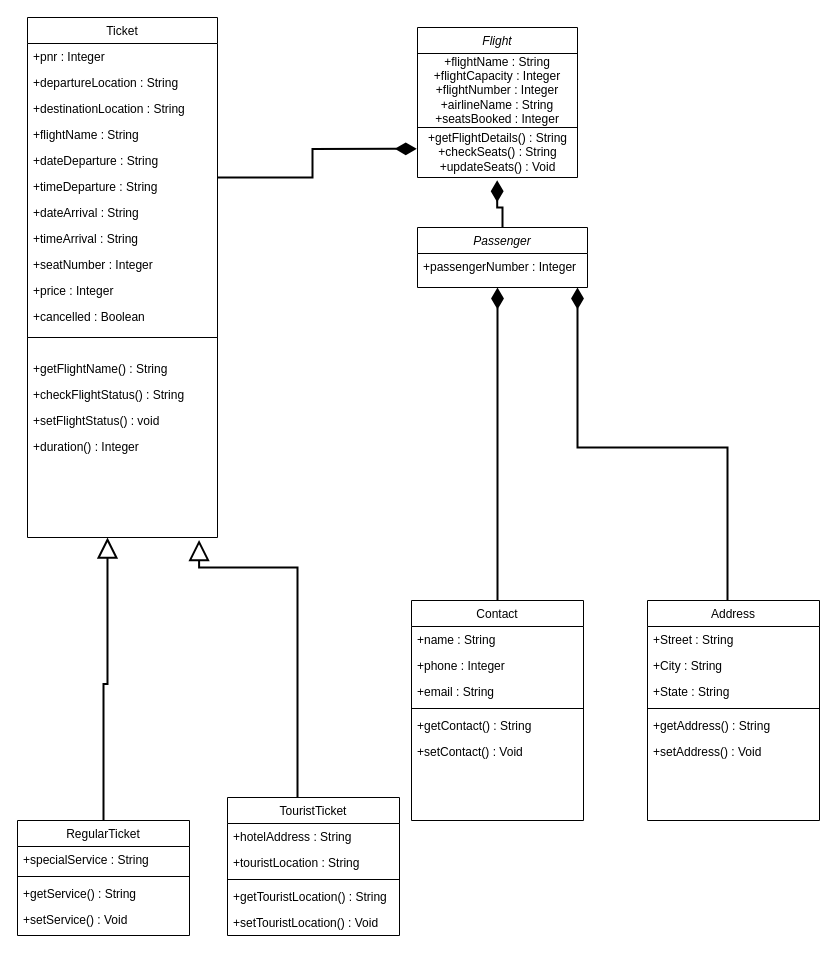
SHIVSB/Flight-Reservation-System-Java keeps this draw.io diagram as diagram.drawio. Above is the earlier version. Source tidied: cells renumbered, new cells numbered last; positions are measured from the earlier drawing's top-left corner, leaving out a move shared by most shapes. Both pictures are drawn from the tidied source at 100%, with x=0, y=0 at pixel (17, 17).
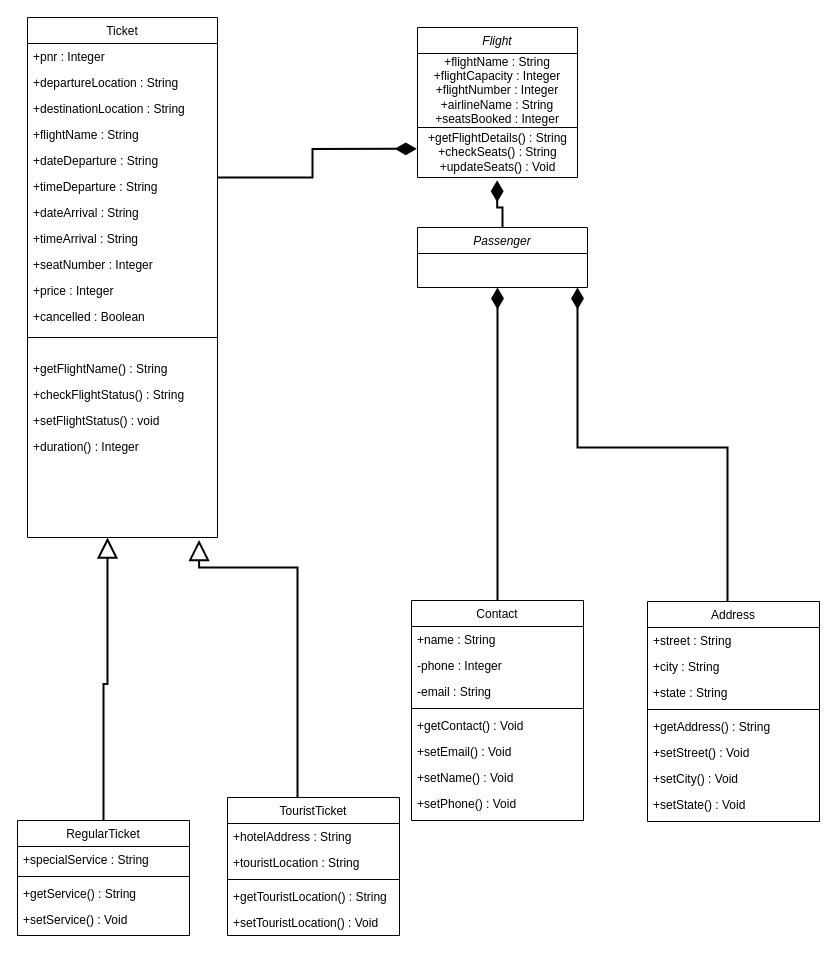
The same diagram, later.

The change refers to these unchanged cells:
```xml
<mxCell id="14" value="Contact" style="swimlane;fontStyle=0;align=center;verticalAlign=top;horizontal=1;startSize=26;rounded=0;shadow=0;strokeWidth=1;" parent="1" vertex="1">
  <mxGeometry x="394" y="583" width="172" height="220" as="geometry" />
</mxCell>
<mxCell id="22" value="Passenger" style="swimlane;fontStyle=2;align=center;verticalAlign=top;horizontal=1;startSize=26;rounded=0;shadow=0;strokeWidth=1;" parent="1" vertex="1">
  <mxGeometry x="400" y="210" width="170" height="60" as="geometry" />
</mxCell>
```

The edit, as a diff of the source:
```diff
@@
     <mxCell id="6" value="Address" style="swimlane;fontStyle=0;align=center;verticalAlign=top;horizontal=1;startSize=26;rounded=0;shadow=0;strokeWidth=1;" parent="1" vertex="1">
-      <mxGeometry x="630" y="583" width="172" height="220" as="geometry" />
+      <mxGeometry x="630" y="584" width="172" height="220" as="geometry" />
     </mxCell>
-    <mxCell id="7" value="+Street : String" style="text;align=left;verticalAlign=top;spacingLeft=4;spacingRight=4;overflow=hidden;" parent="6" vertex="1">
+    <mxCell id="7" value="+street : String" style="text;align=left;verticalAlign=top;spacingLeft=4;spacingRight=4;overflow=hidden;" parent="6" vertex="1">
       <mxGeometry y="26" width="172" height="26" as="geometry" />
     </mxCell>
-    <mxCell id="8" value="+City : String" style="text;align=left;verticalAlign=top;spacingLeft=4;spacingRight=4;overflow=hidden;rounded=0;shadow=0;html=0;" parent="6" vertex="1">
+    <mxCell id="8" value="+city : String" style="text;align=left;verticalAlign=top;spacingLeft=4;spacingRight=4;overflow=hidden;rounded=0;shadow=0;html=0;" parent="6" vertex="1">
       <mxGeometry y="52" width="172" height="26" as="geometry" />
     </mxCell>
-    <mxCell id="9" value="+State : String" style="text;align=left;verticalAlign=top;spacingLeft=4;spacingRight=4;overflow=hidden;rounded=0;shadow=0;html=0;" parent="6" vertex="1">
+    <mxCell id="9" value="+state : String" style="text;align=left;verticalAlign=top;spacingLeft=4;spacingRight=4;overflow=hidden;rounded=0;shadow=0;html=0;" parent="6" vertex="1">
       <mxGeometry y="78" width="172" height="26" as="geometry" />
     </mxCell>
@@
-    <mxCell id="12" value="+setAddress() : Void" style="text;align=left;verticalAlign=top;spacingLeft=4;spacingRight=4;overflow=hidden;" parent="6" vertex="1">
+    <mxCell id="12" value="+setStreet() : Void" style="text;align=left;verticalAlign=top;spacingLeft=4;spacingRight=4;overflow=hidden;" parent="6" vertex="1">
       <mxGeometry y="138" width="172" height="26" as="geometry" />
     </mxCell>
+    <mxCell id="55" value="+setCity() : Void" style="text;align=left;verticalAlign=top;spacingLeft=4;spacingRight=4;overflow=hidden;" parent="6" vertex="1">
+      <mxGeometry y="164" width="172" height="26" as="geometry" />
+    </mxCell>
+    <mxCell id="56" value="+setState() : Void" style="text;align=left;verticalAlign=top;spacingLeft=4;spacingRight=4;overflow=hidden;" parent="6" vertex="1">
+      <mxGeometry y="190" width="172" height="26" as="geometry" />
+    </mxCell>
@@
-    <mxCell id="16" value="+phone : Integer" style="text;align=left;verticalAlign=top;spacingLeft=4;spacingRight=4;overflow=hidden;rounded=0;shadow=0;html=0;" parent="14" vertex="1">
+    <mxCell id="16" value="-phone : Integer" style="text;align=left;verticalAlign=top;spacingLeft=4;spacingRight=4;overflow=hidden;rounded=0;shadow=0;html=0;" parent="14" vertex="1">
       <mxGeometry y="52" width="172" height="26" as="geometry" />
     </mxCell>
-    <mxCell id="17" value="+email : String" style="text;align=left;verticalAlign=top;spacingLeft=4;spacingRight=4;overflow=hidden;rounded=0;shadow=0;html=0;" parent="14" vertex="1">
+    <mxCell id="17" value="-email : String" style="text;align=left;verticalAlign=top;spacingLeft=4;spacingRight=4;overflow=hidden;rounded=0;shadow=0;html=0;" parent="14" vertex="1">
       <mxGeometry y="78" width="172" height="26" as="geometry" />
     </mxCell>
@@
-    <mxCell id="19" value="+getContact() : String" style="text;align=left;verticalAlign=top;spacingLeft=4;spacingRight=4;overflow=hidden;" parent="14" vertex="1">
+    <mxCell id="19" value="+getContact() : Void" style="text;align=left;verticalAlign=top;spacingLeft=4;spacingRight=4;overflow=hidden;" parent="14" vertex="1">
       <mxGeometry y="112" width="172" height="26" as="geometry" />
     </mxCell>
-    <mxCell id="20" value="+setContact() : Void" style="text;align=left;verticalAlign=top;spacingLeft=4;spacingRight=4;overflow=hidden;" parent="14" vertex="1">
+    <mxCell id="20" value="+setEmail() : Void" style="text;align=left;verticalAlign=top;spacingLeft=4;spacingRight=4;overflow=hidden;" parent="14" vertex="1">
       <mxGeometry y="138" width="172" height="26" as="geometry" />
     </mxCell>
+    <mxCell id="57" value="+setName() : Void" style="text;align=left;verticalAlign=top;spacingLeft=4;spacingRight=4;overflow=hidden;" parent="14" vertex="1">
+      <mxGeometry y="164" width="172" height="26" as="geometry" />
+    </mxCell>
+    <mxCell id="58" value="+setPhone() : Void" style="text;align=left;verticalAlign=top;spacingLeft=4;spacingRight=4;overflow=hidden;" parent="14" vertex="1">
+      <mxGeometry y="190" width="172" height="26" as="geometry" />
+    </mxCell>
@@
-    <mxCell id="23" value="+passengerNumber : Integer" style="text;align=left;verticalAlign=top;spacingLeft=4;spacingRight=4;overflow=hidden;" parent="22" vertex="1">
-      <mxGeometry y="26" width="170" height="26" as="geometry" />
-    </mxCell>
```
